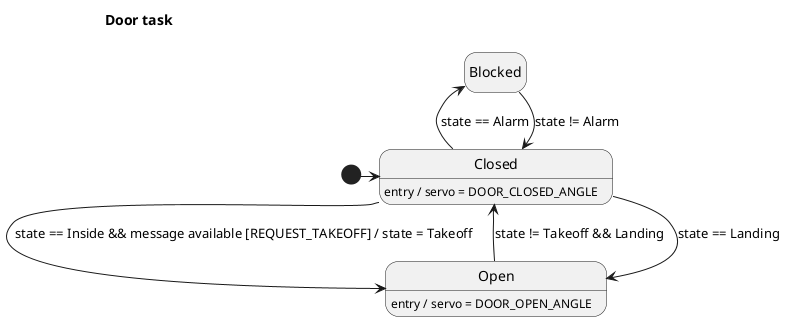
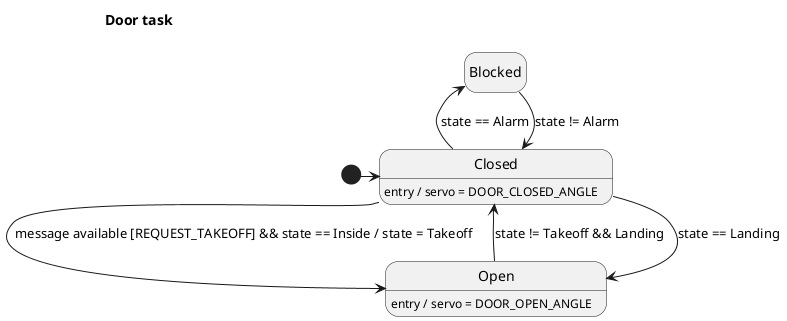
@startuml DoorTask
!pragma layout smetana
hide empty description

title "Door task"

state start <<start>>

state "Closed" as closed
closed : entry / servo = DOOR_CLOSED_ANGLE

state "Blocked" as blocked

state "Open" as open
open : entry / servo = DOOR_OPEN_ANGLE

start -r-> closed

closed -u-> blocked : state == Alarm
blocked -d-> closed : state != Alarm
- closed -d-> open : state == Inside && message available [REQUEST_TAKEOFF] / state = Takeoff
+ closed -d-> open : message available [REQUEST_TAKEOFF] && state == Inside / state = Takeoff
closed -u-> open : state == Landing

open -l-> closed : state != Takeoff && Landing

@enduml
